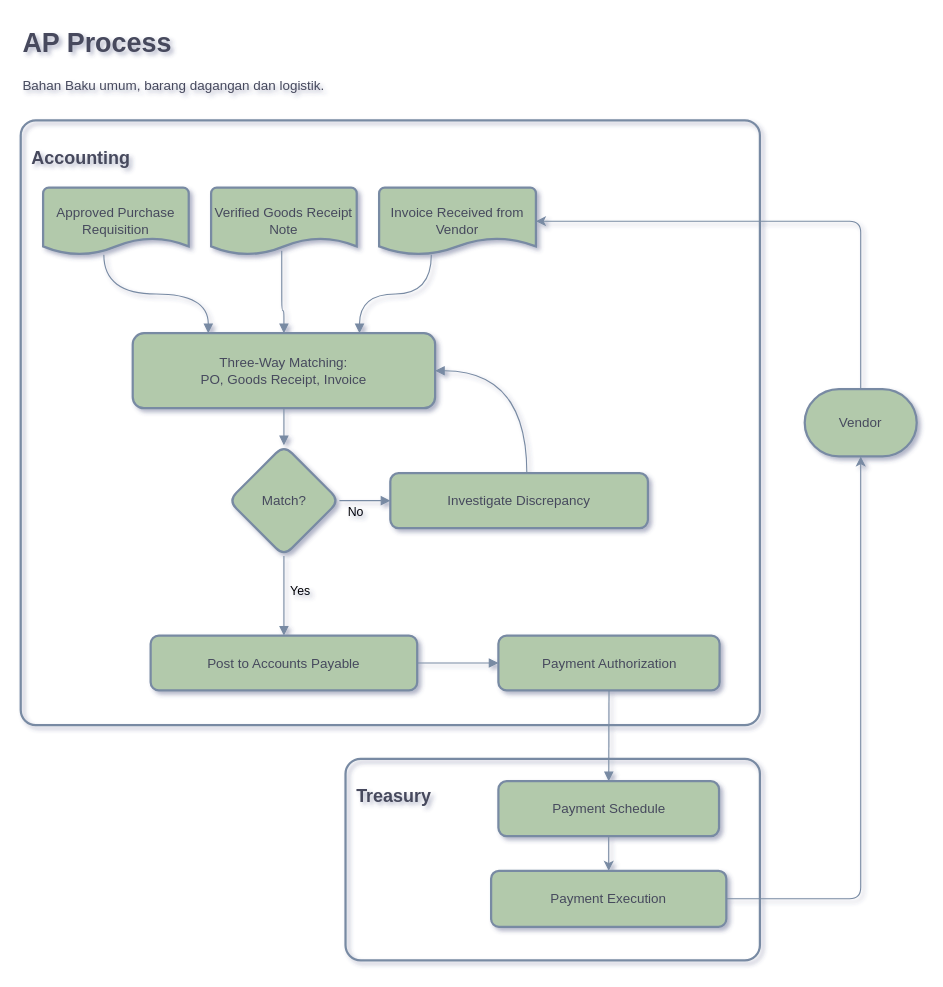
Earlier version of the draw.io diagram page "AP" (2 of 5) of FnA Diagram.drawio (elangR1/drawio). Source tidied: cells renumbered, new cells numbered last; positions are measured from the earlier drawing's top-left corner, leaving out a move shared by most shapes. Both pictures are drawn from the tidied source at 112%, with x=0, y=0 at pixel (20, 19).
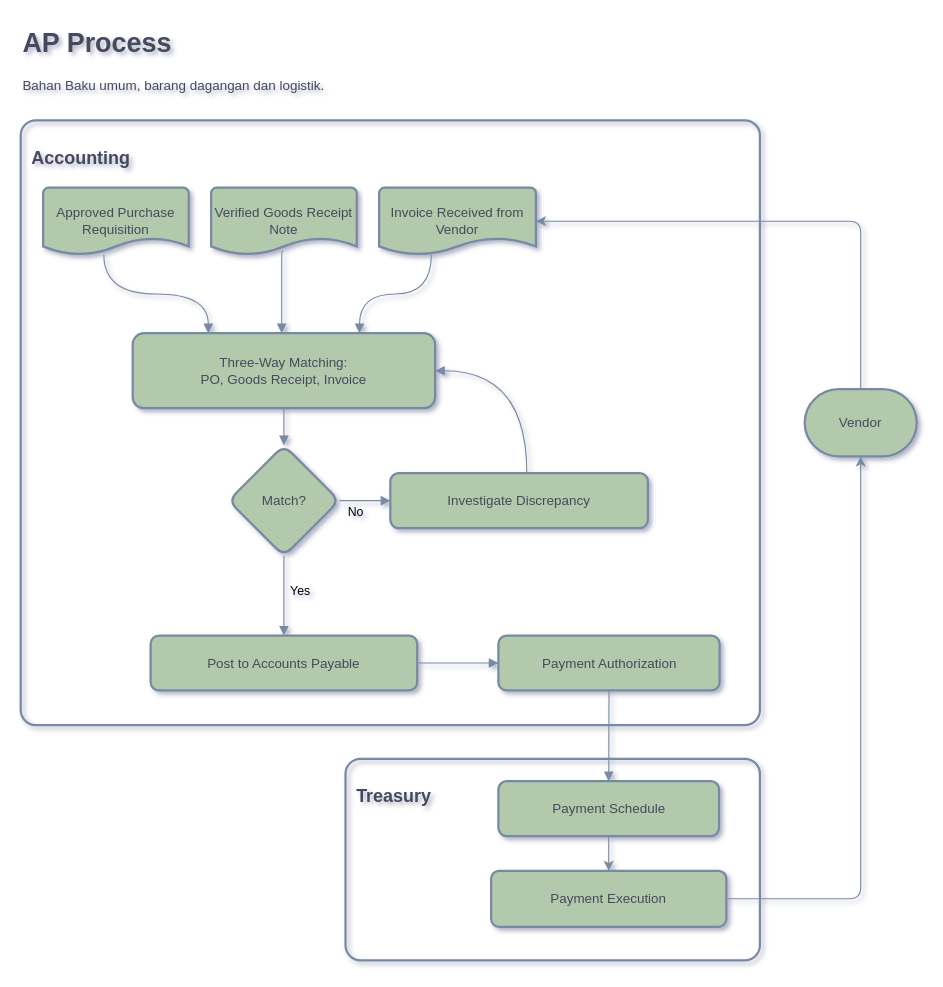
After the change.

The change refers to these unchanged cells:
```xml
<mxCell id="4" value="Three-Way Matching:&#10;PO, Goods Receipt, Invoice" style="whiteSpace=wrap;strokeWidth=2;labelBackgroundColor=none;fillColor=#B2C9AB;strokeColor=#788AA3;fontColor=#46495D;rounded=1;" parent="1" vertex="1">
  <mxGeometry x="100" y="280" width="270" height="67" as="geometry" />
</mxCell>
<mxCell id="21" value="Verified Goods Receipt Note" style="strokeWidth=2;html=1;shape=mxgraph.flowchart.document2;whiteSpace=wrap;size=0.25;strokeColor=#788AA3;fontColor=#46495D;fillColor=#B2C9AB;" parent="1" vertex="1">
  <mxGeometry x="170" y="150" width="130" height="60" as="geometry" />
</mxCell>
```

Diff of the diagram source:
```diff
@@
-    <mxCell id="19" style="curved=0;startArrow=none;endArrow=block;exitX=0.485;exitY=0.939;entryX=0.5;entryY=0;rounded=1;edgeStyle=orthogonalEdgeStyle;labelBackgroundColor=none;strokeColor=#788AA3;fontColor=default;exitDx=0;exitDy=0;exitPerimeter=0;entryDx=0;entryDy=0;" parent="1" edge="1" source="21" target="4">
+    <mxCell id="19" style="curved=0;startArrow=none;endArrow=block;exitX=0.485;exitY=0.939;entryX=0.5;entryY=0;rounded=1;edgeStyle=orthogonalEdgeStyle;labelBackgroundColor=none;strokeColor=#788AA3;fontColor=default;exitDx=0;exitDy=0;exitPerimeter=0;entryDx=0;entryDy=0;" parent="1" edge="1">
       <mxGeometry relative="1" as="geometry">
+        <mxPoint x="234" y="206.3" as="sourcePoint" />
+        <mxPoint x="233" y="280" as="targetPoint" />
         <Array as="points">
-          <mxPoint x="233" y="260" />
-          <mxPoint x="235" y="260" />
+          <mxPoint x="233" y="206" />
         </Array>
       </mxGeometry>
     </mxCell>
```
